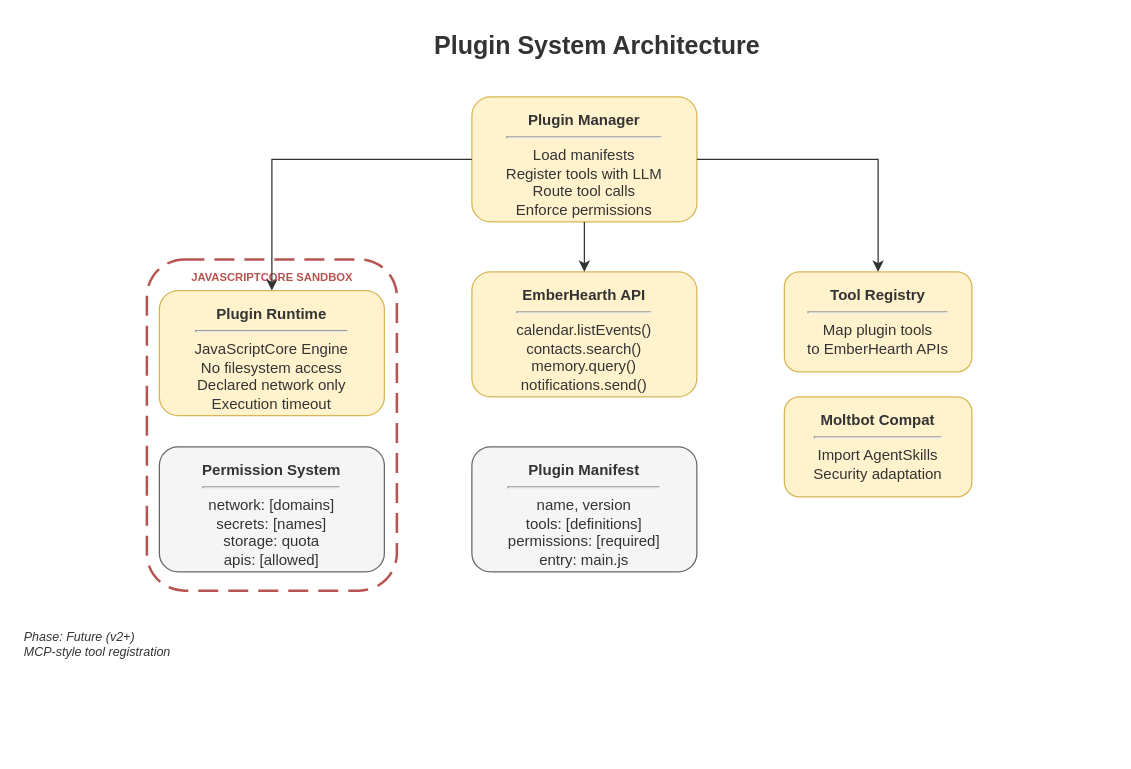
This is page "Plugin System" (4 of 7) of docs/diagrams/emberhearth-architecture.drawio from tokenfires/emberhearth, a draw.io file, before an edit. Source tidied: cells renumbered, new cells numbered last; positions are measured from the earlier drawing's top-left corner, leaving out a move shared by most shapes. Both pictures are drawn from the tidied source at 125%, with x=0, y=0 at pixel (21, 21).
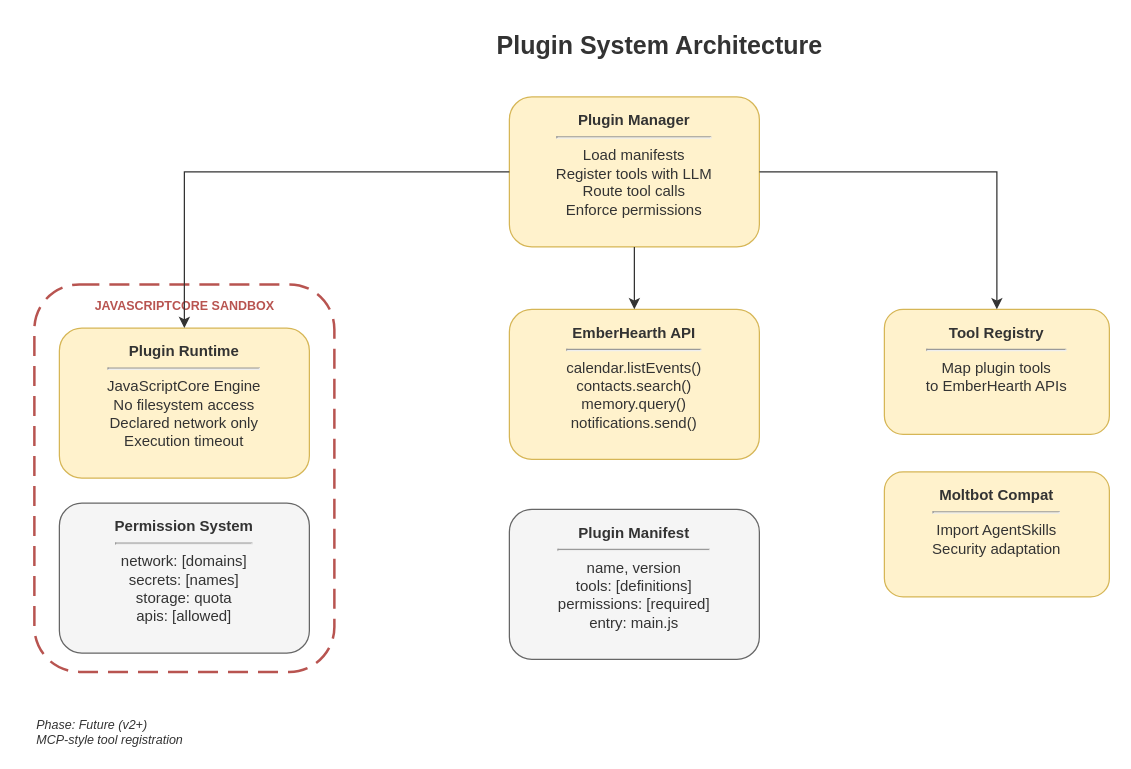
The same page after the edit.

Change to the diagram source:
```diff
@@
 <mxGraphModel>
   <root>
     <mxCell id="0" />
     <mxCell id="1" parent="0" />
     <mxCell id="2" value="&lt;font style=&quot;font-size: 20px;&quot;&gt;&lt;b&gt;Plugin System Architecture&lt;/b&gt;&lt;/font&gt;" style="text;html=1;strokeColor=none;fillColor=none;align=center;fontColor=#333333;" parent="1" vertex="1">
-      <mxGeometry x="310" width="300" height="30" as="geometry" />
+      <mxGeometry x="360" width="300" height="30" as="geometry" />
     </mxCell>
     <mxCell id="3" value="&lt;b&gt;Plugin Manager&lt;/b&gt;&lt;hr&gt;Load manifests&lt;br&gt;Register tools with LLM&lt;br&gt;Route tool calls&lt;br&gt;Enforce permissions" style="rounded=1;whiteSpace=wrap;html=1;fillColor=#fff2cc;strokeColor=#d6b656;verticalAlign=top;spacingTop=5;fontColor=#333333;" parent="1" vertex="1">
-      <mxGeometry x="360" y="60" width="180" height="100" as="geometry" />
+      <mxGeometry x="390" y="60" width="200" height="120" as="geometry" />
     </mxCell>
     <mxCell id="4" style="rounded=1;whiteSpace=wrap;html=1;fillColor=none;strokeColor=#B85450;strokeWidth=2;dashed=1;dashPattern=8 4;" parent="1" vertex="1">
-      <mxGeometry x="100" y="190" width="200" height="265" as="geometry" />
+      <mxGeometry x="10" y="210" width="240" height="310" as="geometry" />
     </mxCell>
-    <mxCell id="5" value="&lt;b&gt;JAVASCRIPTCORE SANDBOX&lt;/b&gt;" style="text;html=1;strokeColor=none;fillColor=none;fontStyle=0;align=center;fontColor=#B85450;fontSize=9;" parent="1" vertex="1">
-      <mxGeometry x="105" y="193" width="190" height="15" as="geometry" />
+    <mxCell id="5" value="&lt;b&gt;JAVASCRIPTCORE SANDBOX&lt;/b&gt;" style="text;html=1;strokeColor=none;fillColor=none;fontStyle=0;align=center;fontColor=#B85450;fontSize=10;" parent="1" vertex="1">
+      <mxGeometry x="20" y="215" width="220" height="18" as="geometry" />
     </mxCell>
     <mxCell id="6" value="&lt;b&gt;Plugin Runtime&lt;/b&gt;&lt;hr&gt;JavaScriptCore Engine&lt;br&gt;No filesystem access&lt;br&gt;Declared network only&lt;br&gt;Execution timeout" style="rounded=1;whiteSpace=wrap;html=1;fillColor=#fff2cc;strokeColor=#d6b656;verticalAlign=top;spacingTop=5;fontColor=#333333;" parent="1" vertex="1">
-      <mxGeometry x="110" y="215" width="180" height="100" as="geometry" />
+      <mxGeometry x="30" y="245" width="200" height="120" as="geometry" />
     </mxCell>
     <mxCell id="7" value="&lt;b&gt;EmberHearth API&lt;/b&gt;&lt;hr&gt;calendar.listEvents()&lt;br&gt;contacts.search()&lt;br&gt;memory.query()&lt;br&gt;notifications.send()" style="rounded=1;whiteSpace=wrap;html=1;fillColor=#fff2cc;strokeColor=#d6b656;verticalAlign=top;spacingTop=5;fontColor=#333333;" parent="1" vertex="1">
-      <mxGeometry x="360" y="200" width="180" height="100" as="geometry" />
+      <mxGeometry x="390" y="230" width="200" height="120" as="geometry" />
     </mxCell>
     <mxCell id="8" value="&lt;b&gt;Tool Registry&lt;/b&gt;&lt;hr&gt;Map plugin tools&lt;br&gt;to EmberHearth APIs" style="rounded=1;whiteSpace=wrap;html=1;fillColor=#fff2cc;strokeColor=#d6b656;verticalAlign=top;spacingTop=5;fontColor=#333333;" parent="1" vertex="1">
-      <mxGeometry x="610" y="200" width="150" height="80" as="geometry" />
+      <mxGeometry x="690" y="230" width="180" height="100" as="geometry" />
     </mxCell>
     <mxCell id="9" value="&lt;b&gt;Moltbot Compat&lt;/b&gt;&lt;hr&gt;Import AgentSkills&lt;br&gt;Security adaptation" style="rounded=1;whiteSpace=wrap;html=1;fillColor=#fff2cc;strokeColor=#d6b656;verticalAlign=top;spacingTop=5;fontColor=#333333;" parent="1" vertex="1">
-      <mxGeometry x="610" y="300" width="150" height="80" as="geometry" />
+      <mxGeometry x="690" y="360" width="180" height="100" as="geometry" />
     </mxCell>
     <mxCell id="10" value="&lt;b&gt;Permission System&lt;/b&gt;&lt;hr&gt;network: [domains]&lt;br&gt;secrets: [names]&lt;br&gt;storage: quota&lt;br&gt;apis: [allowed]" style="rounded=1;whiteSpace=wrap;html=1;fillColor=#f5f5f5;strokeColor=#666666;verticalAlign=top;spacingTop=5;fontColor=#333333;" parent="1" vertex="1">
-      <mxGeometry x="110" y="340" width="180" height="100" as="geometry" />
+      <mxGeometry x="30" y="385" width="200" height="120" as="geometry" />
     </mxCell>
     <mxCell id="11" value="&lt;b&gt;Plugin Manifest&lt;/b&gt;&lt;hr&gt;name, version&lt;br&gt;tools: [definitions]&lt;br&gt;permissions: [required]&lt;br&gt;entry: main.js" style="rounded=1;whiteSpace=wrap;html=1;fillColor=#f5f5f5;strokeColor=#666666;verticalAlign=top;spacingTop=5;fontColor=#333333;" parent="1" vertex="1">
-      <mxGeometry x="360" y="340" width="180" height="100" as="geometry" />
+      <mxGeometry x="390" y="390" width="200" height="120" as="geometry" />
     </mxCell>
     <mxCell id="12" style="edgeStyle=orthogonalEdgeStyle;rounded=0;html=1;strokeColor=#333333;strokeWidth=1;endArrow=classic;" parent="1" edge="1" source="3" target="6">
       <mxGeometry relative="1" as="geometry" />
     </mxCell>
     <mxCell id="13" style="edgeStyle=orthogonalEdgeStyle;rounded=0;html=1;strokeColor=#333333;strokeWidth=1;endArrow=classic;" parent="1" edge="1" source="3" target="7">
       <mxGeometry relative="1" as="geometry" />
     </mxCell>
     <mxCell id="14" style="edgeStyle=orthogonalEdgeStyle;rounded=0;html=1;strokeColor=#333333;strokeWidth=1;endArrow=classic;" parent="1" edge="1" source="3" target="8">
       <mxGeometry relative="1" as="geometry" />
     </mxCell>
     <mxCell id="15" value="Phase: Future (v2+)&lt;br&gt;MCP-style tool registration" style="text;html=1;strokeColor=none;fillColor=none;fontSize=10;fontStyle=2;fontColor=#333333;" parent="1" vertex="1">
-      <mxGeometry y="480" width="150" height="30" as="geometry" />
+      <mxGeometry x="10" y="550" width="180" height="30" as="geometry" />
     </mxCell>
   </root>
 </mxGraphModel>
```
